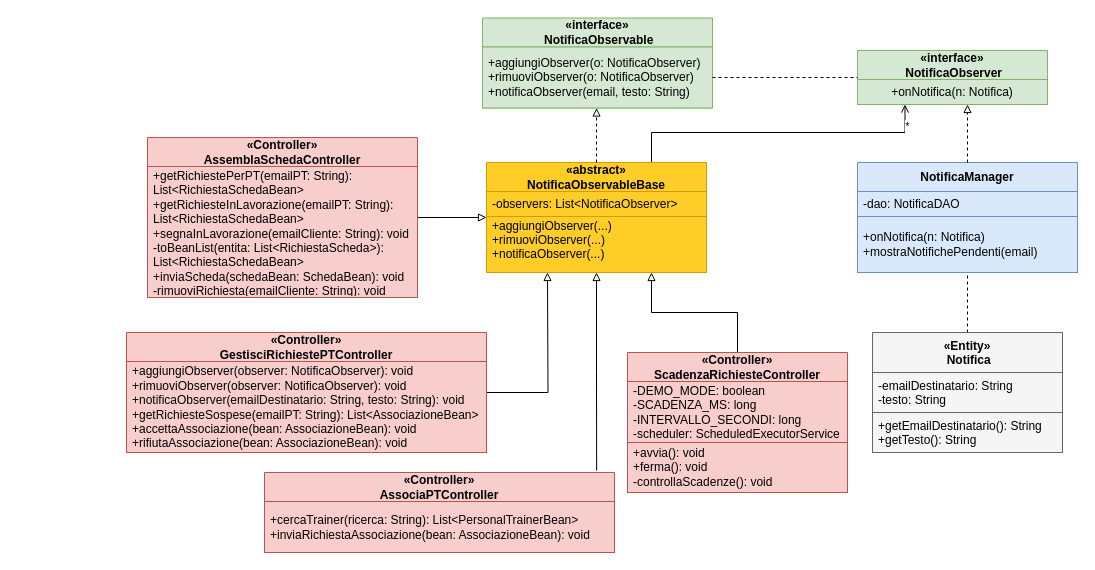
Before: Design Level/Observer.drawio in FedericoSib/FitPlan, a draw.io diagram. Source tidied: cells renumbered, new cells numbered last; positions are measured from the earlier drawing's top-left corner, leaving out a move shared by most shapes. Both pictures are drawn from the tidied source at 100%, with x=0, y=0 at pixel (126, 18).
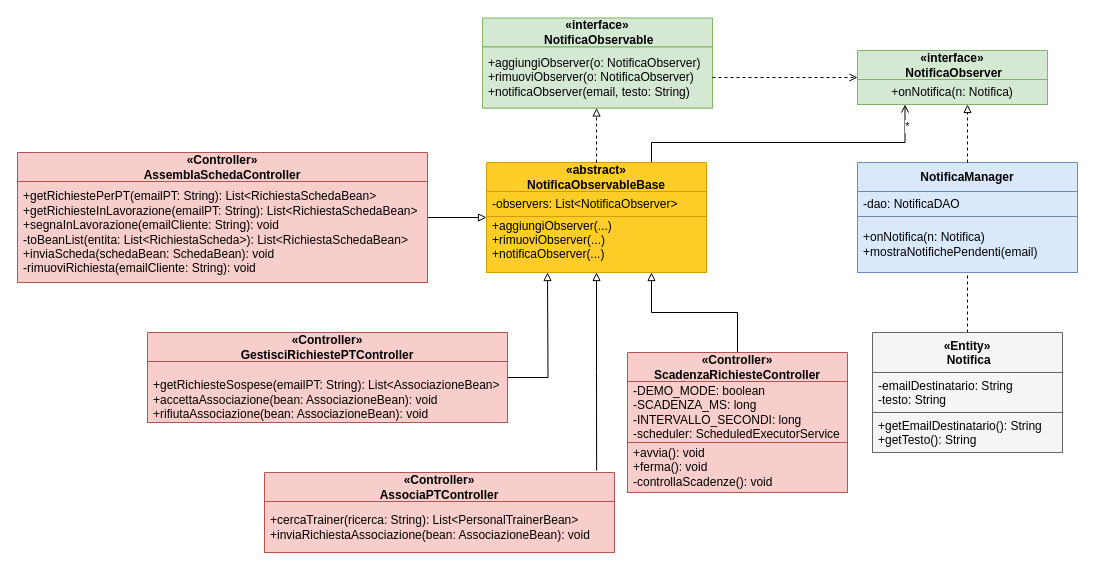
The same diagram, later.

The change refers to these unchanged cells:
```xml
<mxCell id="4" value="«abstract»&lt;br/&gt;    NotificaObservableBase" style="swimlane;fontStyle=1;align=center;verticalAlign=middle;horizontal=1;startSize=29;html=1;whiteSpace=wrap;fillColor=#ffcd28;gradientColor=none;strokeColor=#d79b00;" parent="1" vertex="1">
  <mxGeometry x="360" y="144" width="220" height="110" as="geometry" />
</mxCell>
<mxCell id="8" value="&lt;div align=&quot;left&quot;&gt;+aggiungiObserver(o: NotificaObserver)&lt;br&gt;    +rimuoviObserver(o: NotificaObserver)&lt;br&gt;    +notificaObserver(email, testo: String)&lt;/div&gt;" style="text;html=1;strokeColor=#82b366;fillColor=#d5e8d4;align=left;verticalAlign=middle;spacingLeft=4;spacingRight=4;overflow=hidden;points=[[0,0.5],[1,0.5]];portConstraint=eastwest;whiteSpace=wrap;gradientColor=none;" parent="7" vertex="1">
  <mxGeometry y="29" width="230" height="61" as="geometry" />
</mxCell>
<mxCell id="9" value="&lt;div&gt;«interface»&lt;/div&gt;&lt;div&gt;&amp;nbsp;NotificaObserver&lt;/div&gt;" style="swimlane;fontStyle=1;align=center;verticalAlign=middle;horizontal=1;startSize=29;html=1;whiteSpace=wrap;fillColor=#d5e8d4;gradientColor=none;strokeColor=#82b366;" parent="1" vertex="1">
  <mxGeometry x="731" y="32" width="190" height="54" as="geometry" />
</mxCell>
```

The edit, as a diff of the source:
```diff
@@
-    <mxCell id="2" style="edgeStyle=orthogonalEdgeStyle;rounded=0;jettySize=auto;html=1;entryX=0.25;entryY=1;entryDx=0;entryDy=0;exitX=0.75;exitY=0;exitDx=0;exitDy=0;endArrow=open;endFill=0;" parent="1" edge="1" source="4" target="9">
+    <mxCell id="2" style="edgeStyle=orthogonalEdgeStyle;rounded=0;jettySize=auto;html=1;exitX=0.75;exitY=0;exitDx=0;exitDy=0;endArrow=open;endFill=0;entryX=0.25;entryY=1;entryDx=0;entryDy=0;" parent="1" edge="1" source="4" target="9">
       <mxGeometry relative="1" as="geometry">
         <Array as="points">
-          <mxPoint x="525" y="114" />
-          <mxPoint x="779" y="114" />
+          <mxPoint x="525" y="124" />
+          <mxPoint x="779" y="124" />
         </Array>
       </mxGeometry>
     </mxCell>
@@
-    <mxCell id="11" style="edgeStyle=orthogonalEdgeStyle;rounded=0;jettySize=auto;html=1;entryX=0;entryY=0.5;entryDx=0;entryDy=0;endArrow=none;endFill=0;dashed=1;" parent="1" edge="1" source="8" target="9">
+    <mxCell id="11" style="edgeStyle=orthogonalEdgeStyle;rounded=0;jettySize=auto;html=1;entryX=0;entryY=0.5;entryDx=0;entryDy=0;endArrow=open;endFill=0;dashed=1;" parent="1" edge="1" source="8" target="9">
       <mxGeometry relative="1" as="geometry" />
     </mxCell>
@@
     <mxCell id="22" value="&lt;div&gt;«Controller»&lt;/div&gt;&lt;div&gt;AssemblaSchedaController&lt;/div&gt;" style="swimlane;fontStyle=1;align=center;verticalAlign=middle;horizontal=1;startSize=29;html=1;whiteSpace=wrap;fillColor=#f8cecc;gradientColor=none;strokeColor=#b85450;" parent="1" vertex="1">
-      <mxGeometry x="21" y="119" width="270" height="160" as="geometry" />
+      <mxGeometry x="-109" y="134" width="410" height="130" as="geometry" />
     </mxCell>
     <mxCell id="23" value="+getRichiestePerPT(emailPT: String): List&amp;lt;RichiestaSchedaBean&amp;gt;&lt;br&gt;+getRichiesteInLavorazione(emailPT: String): List&amp;lt;RichiestaSchedaBean&amp;gt;&lt;br&gt;+segnaInLavorazione(emailCliente: String): void&lt;br&gt;-toBeanList(entita: List&amp;lt;RichiestaScheda&amp;gt;): List&amp;lt;RichiestaSchedaBean&amp;gt;&lt;br&gt;+inviaScheda(schedaBean: SchedaBean): void&lt;br&gt;-rimuoviRichiesta(emailCliente: String): void" style="text;html=1;strokeColor=#b85450;fillColor=#f8cecc;align=left;verticalAlign=middle;spacingLeft=4;spacingRight=4;overflow=hidden;whiteSpace=wrap;gradientColor=none;" parent="22" vertex="1">
-      <mxGeometry y="29" width="270" height="131" as="geometry" />
+      <mxGeometry y="29" width="410" height="101" as="geometry" />
     </mxCell>
@@
     <mxCell id="31" value="&lt;div&gt;«Controller»&lt;/div&gt;&lt;div&gt;GestisciRichiestePTController&lt;/div&gt;" style="swimlane;fontStyle=1;align=center;verticalAlign=middle;horizontal=1;startSize=29;html=1;whiteSpace=wrap;fillColor=#f8cecc;gradientColor=none;strokeColor=#b85450;" parent="1" vertex="1">
-      <mxGeometry y="314" width="360" height="120" as="geometry" />
+      <mxGeometry x="21" y="314" width="360" height="90" as="geometry" />
     </mxCell>
-    <mxCell id="32" value="+aggiungiObserver(observer: NotificaObserver): void&lt;br/&gt;+rimuoviObserver(observer: NotificaObserver): void&lt;br/&gt;+notificaObserver(emailDestinatario: String, testo: String): void&lt;br/&gt;+getRichiesteSospese(emailPT: String): List&amp;lt;AssociazioneBean&amp;gt;&lt;br/&gt;+accettaAssociazione(bean: AssociazioneBean): void&lt;br/&gt;+rifiutaAssociazione(bean: AssociazioneBean): void" style="text;html=1;strokeColor=#b85450;fillColor=#f8cecc;align=left;verticalAlign=middle;spacingLeft=4;spacingRight=4;overflow=hidden;whiteSpace=wrap;gradientColor=none;" parent="31" vertex="1">
-      <mxGeometry y="29" width="360" height="91" as="geometry" />
+    <mxCell id="32" value="&lt;br&gt;+getRichiesteSospese(emailPT: String): List&amp;lt;AssociazioneBean&amp;gt;&lt;br&gt;+accettaAssociazione(bean: AssociazioneBean): void&lt;br&gt;+rifiutaAssociazione(bean: AssociazioneBean): void" style="text;html=1;strokeColor=#b85450;fillColor=#f8cecc;align=left;verticalAlign=middle;spacingLeft=4;spacingRight=4;overflow=hidden;whiteSpace=wrap;gradientColor=none;" parent="31" vertex="1">
+      <mxGeometry y="29" width="360" height="61" as="geometry" />
     </mxCell>
```
